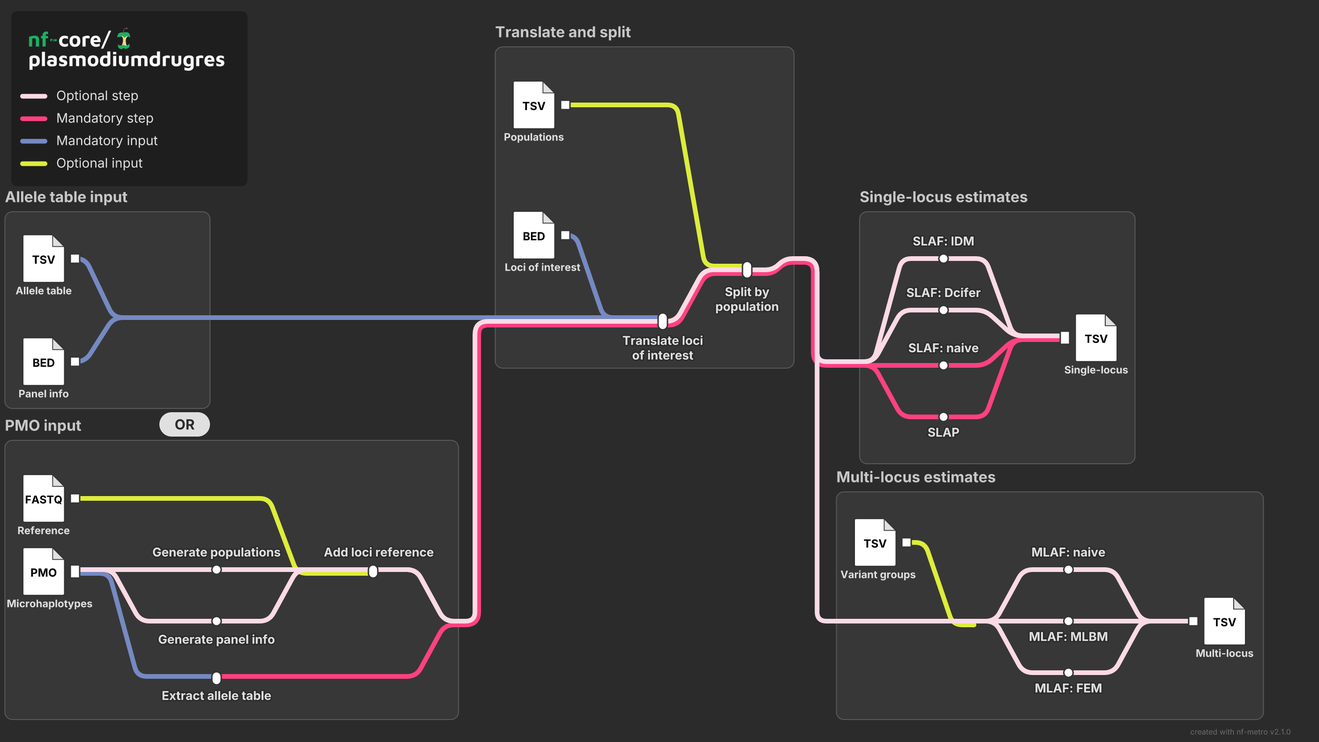
Above: assets/plasmodiumdrugres_metromap.png in PlasmoGenEpi/plasmodiumdrugres (Mermaid), before the change. Its source is kept beside it as assets/plasmodiumdrugres_metromap.mmd. The source it was exported from:
```mermaid


graph LR
    subgraph table_input [Allele table input]
        allele_in[ ]
        panel_in[ ]
        _table_join
        allele_in -->|input| _table_join
        panel_in -->|input| _table_join
    end

    subgraph prep [PMO input]
        pmo_in[ ]
        ref_in[ ]
        extract[Extract allele table]
        gen_pop[Generate populations]
        gen_panel[Generate panel info]
        add_ref[Add loci reference]

        pmo_in -->|input| extract
        pmo_in -->|opt| gen_pop
        pmo_in -->|opt| gen_panel
        gen_panel -->|opt| add_ref
        ref_in -->|optin| add_ref
    end

    subgraph translate_sec [Translate and split]
        loci_in[ ]
        pop_in[ ]
        translate[Translate loci\nof interest]
        split[Split by\npopulation]
        loci_in -->|input| translate
        pop_in -->|optin| split
        translate -->|step,opt| split
    end

    subgraph single [Single-locus estimates]
        slaf_naive[SLAF: naive]
        slaf_idm[SLAF: IDM]
        slaf_dcifer[SLAF: Dcifer]
        slap[SLAP]
        single_out[ ]
        slaf_naive -->|step| single_out
        slaf_idm -->|opt| single_out
        slaf_dcifer -->|opt| single_out
        slap -->|step| single_out
    end

    subgraph multi [Multi-locus estimates]
        variant_in[ ]
        _mlaf
        mlaf_naive[MLAF: naive]
        mlaf_mlbm[MLAF: MLBM]
        mlaf_fem[MLAF: FEM]
        multi_out[ ]
        variant_in -->|optin| _mlaf
        _mlaf -->|opt| mlaf_naive
        _mlaf -->|opt| mlaf_mlbm
        _mlaf -->|opt| mlaf_fem
        mlaf_naive -->|opt| multi_out
        mlaf_mlbm -->|opt| multi_out
        mlaf_fem -->|opt| multi_out
    end

    extract -->|step| translate
    gen_pop -->|opt| translate
    add_ref -->|opt| translate
    _table_join -->|input| translate
    split -->|step| slaf_naive
    split -->|opt| slaf_idm
    split -->|opt| slaf_dcifer
    split -->|step| slap
    split -->|opt| _mlaf
```
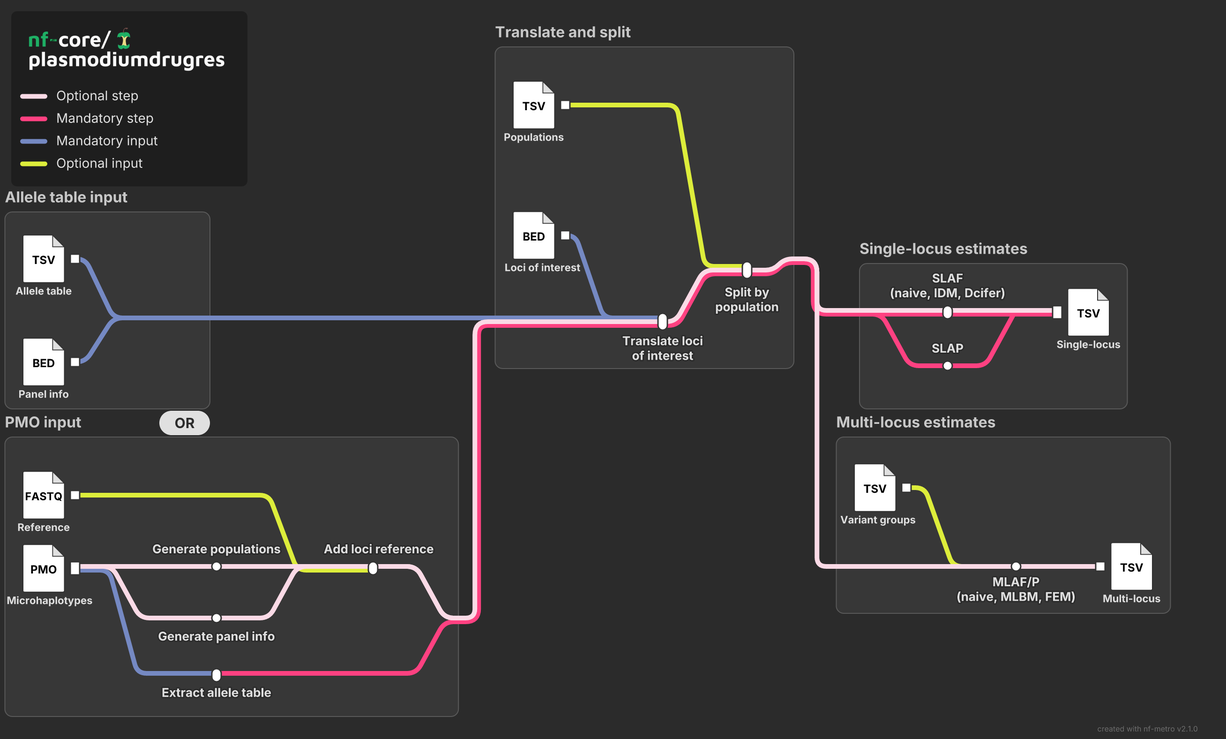
Above is the later version.

Commit message:
simplify multiple methods in metromap

Diff of the diagram source:
```diff
@@ -35,39 +35,29 @@
     end
 
     subgraph single [Single-locus estimates]
-        slaf_naive[SLAF: naive]
-        slaf_idm[SLAF: IDM]
-        slaf_dcifer[SLAF: Dcifer]
+        slaf[SLAF\n(naive, IDM, Dcifer)]
         slap[SLAP]
         single_out[ ]
-        slaf_naive -->|step| single_out
-        slaf_idm -->|opt| single_out
-        slaf_dcifer -->|opt| single_out
+        slaf -->|step,opt| single_out
         slap -->|step| single_out
     end
 
     subgraph multi [Multi-locus estimates]
         variant_in[ ]
         _mlaf
-        mlaf_naive[MLAF: naive]
-        mlaf_mlbm[MLAF: MLBM]
-        mlaf_fem[MLAF: FEM]
+        mlaf[MLAF/P\n(naive, MLBM, FEM)]
+        _mlaf_out
         multi_out[ ]
         variant_in -->|optin| _mlaf
-        _mlaf -->|opt| mlaf_naive
-        _mlaf -->|opt| mlaf_mlbm
-        _mlaf -->|opt| mlaf_fem
-        mlaf_naive -->|opt| multi_out
-        mlaf_mlbm -->|opt| multi_out
-        mlaf_fem -->|opt| multi_out
+        _mlaf -->|opt| mlaf
+        mlaf -->|opt| _mlaf_out
+        _mlaf_out -->|opt| multi_out
     end
 
     extract -->|step| translate
     gen_pop -->|opt| translate
     add_ref -->|opt| translate
     _table_join -->|input| translate
-    split -->|step| slaf_naive
-    split -->|opt| slaf_idm
-    split -->|opt| slaf_dcifer
+    split -->|step,opt| slaf
     split -->|step| slap
     split -->|opt| _mlaf
```
